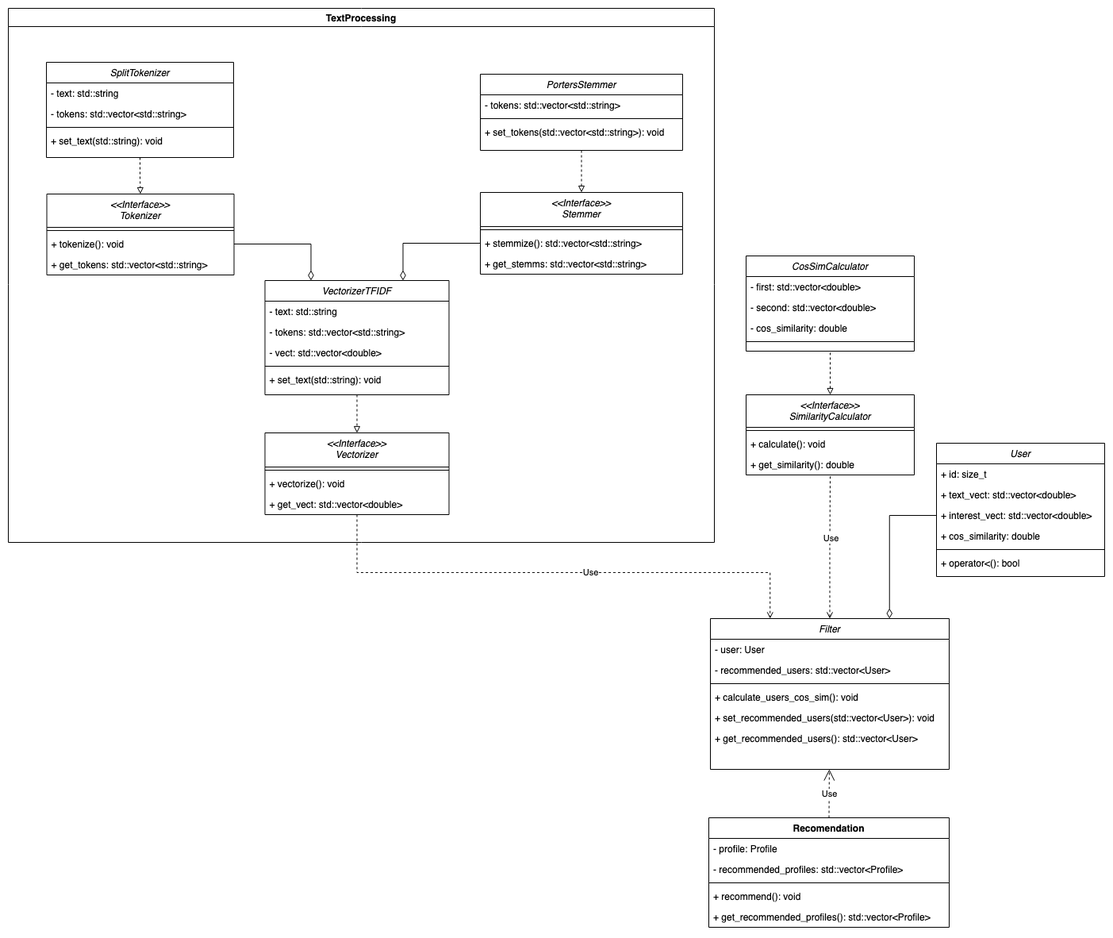
This is hw3_5/image/uml.png from Vazhid/vk_edu_cpp_projects, a draw.io export, as it was before one commit. Source tidied: cells renumbered, new cells last; positions are measured from the earlier drawing's top-left corner, leaving out a move shared by most shapes.
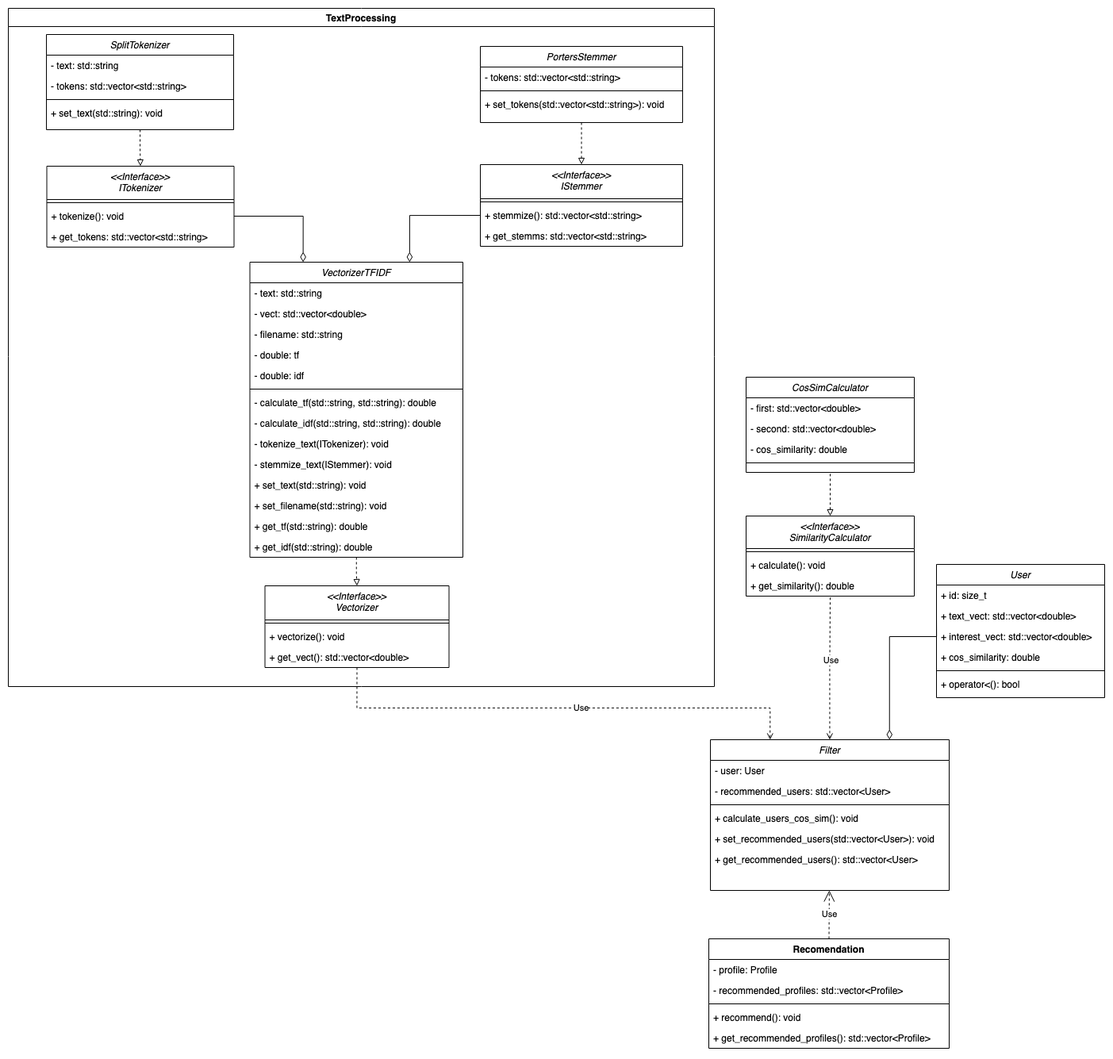
Above is the later version.

The edit, as a diff of the source:
```diff
@@ -4,3 +4,3 @@
     <mxCell id="1" parent="0" />
-    <mxCell id="2" value="User" style="swimlane;fontStyle=2;align=center;verticalAlign=top;horizontal=1;startSize=26;rounded=0;shadow=0;strokeWidth=1;strokeColor=default;" parent="1" vertex="1">
+    <mxCell id="2" value="User" style="swimlane;fontStyle=2;align=center;verticalAlign=top;horizontal=1;startSize=26;rounded=0;shadow=0;strokeWidth=1;" parent="1" vertex="1">
       <mxGeometry x="1170" y="548" width="212" height="168" as="geometry" />
@@ -25,3 +25,3 @@
     </mxCell>
-    <mxCell id="9" value="CosSimCalculator" style="swimlane;fontStyle=2;align=center;verticalAlign=top;horizontal=1;startSize=26;rounded=0;shadow=0;strokeWidth=1;strokeColor=default;" parent="1" vertex="1">
+    <mxCell id="9" value="CosSimCalculator" style="swimlane;fontStyle=2;align=center;verticalAlign=top;horizontal=1;startSize=26;rounded=0;shadow=0;strokeWidth=1;" parent="1" vertex="1">
       <mxGeometry x="930" y="312" width="212" height="120" as="geometry" />
@@ -40,9 +40,9 @@
     </mxCell>
-    <mxCell id="14" style="edgeStyle=orthogonalEdgeStyle;rounded=0;jettySize=auto;html=1;entryX=0.5;entryY=1;entryDx=0;entryDy=0;dashed=1;endArrow=none;endFill=0;startArrow=open;startFill=0;strokeColor=default;" parent="1" edge="1" source="16" target="67">
+    <mxCell id="14" style="edgeStyle=orthogonalEdgeStyle;rounded=0;jettySize=auto;html=1;entryX=0.5;entryY=1;entryDx=0;entryDy=0;dashed=1;endArrow=none;endFill=0;startArrow=open;startFill=0;" parent="1" edge="1" source="16" target="67">
       <mxGeometry relative="1" as="geometry" />
     </mxCell>
-    <mxCell id="15" value="Use" style="edgeLabel;html=1;align=center;verticalAlign=middle;" parent="14" vertex="1">
-      <mxGeometry x="0.12" relative="1" as="geometry" />
-    </mxCell>
+    <mxCell id="71" value="Use" style="edgeLabel;html=1;align=center;verticalAlign=middle;" parent="14" vertex="1">
+      <mxGeometry x="0.12" relative="1" as="geometry" />
+    </mxCell>
-    <mxCell id="16" value="Filter" style="swimlane;fontStyle=2;align=center;verticalAlign=top;horizontal=1;startSize=26;rounded=0;shadow=0;strokeWidth=1;strokeColor=default;" parent="1" vertex="1">
+    <mxCell id="16" value="Filter" style="swimlane;fontStyle=2;align=center;verticalAlign=top;horizontal=1;startSize=26;rounded=0;shadow=0;strokeWidth=1;" parent="1" vertex="1">
       <mxGeometry x="885" y="769" width="301" height="190" as="geometry" />
@@ -67,3 +67,3 @@
     </mxCell>
-    <mxCell id="23" style="edgeStyle=orthogonalEdgeStyle;rounded=0;jettySize=auto;html=1;entryX=0.75;entryY=0;entryDx=0;entryDy=0;endArrow=diamondThin;endFill=0;endSize=10;exitX=0;exitY=0.5;exitDx=0;exitDy=0;strokeColor=default;" parent="1" edge="1" source="4" target="16">
+    <mxCell id="23" style="edgeStyle=orthogonalEdgeStyle;rounded=0;jettySize=auto;html=1;entryX=0.75;entryY=0;entryDx=0;entryDy=0;endArrow=diamondThin;endFill=0;endSize=10;exitX=0;exitY=0.5;exitDx=0;exitDy=0;" parent="1" edge="1" source="4" target="16">
       <mxGeometry relative="1" as="geometry">
@@ -74,6 +74,6 @@
     </mxCell>
-    <mxCell id="24" value="Use" style="endArrow=open;endSize=12;dashed=1;html=1;rounded=0;exitX=0.5;exitY=0;exitDx=0;exitDy=0;strokeColor=default;" parent="1" edge="1" source="25" target="16">
+    <mxCell id="24" value="Use" style="endArrow=open;endSize=12;dashed=1;html=1;rounded=0;exitX=0.5;exitY=0;exitDx=0;exitDy=0;" parent="1" edge="1" source="25" target="16">
       <mxGeometry relative="1" as="geometry" />
     </mxCell>
-    <mxCell id="25" value="Recomendation" style="swimlane;fontStyle=1;align=center;verticalAlign=top;horizontal=1;startSize=26;whiteSpace=wrap;html=1;strokeColor=default;" parent="1" vertex="1">
+    <mxCell id="25" value="Recomendation" style="swimlane;fontStyle=1;align=center;verticalAlign=top;horizontal=1;startSize=26;whiteSpace=wrap;html=1;" parent="1" vertex="1">
       <mxGeometry x="883" y="1020" width="303" height="138" as="geometry" />
@@ -95,7 +95,7 @@
     </mxCell>
-    <mxCell id="31" value="TextProcessing" style="swimlane;strokeColor=default;" parent="1" vertex="1">
-      <mxGeometry width="890" height="673" as="geometry" />
+    <mxCell id="31" value="TextProcessing" style="swimlane;" parent="1" vertex="1">
+      <mxGeometry y="-153" width="890" height="855" as="geometry" />
     </mxCell>
     <mxCell id="32" value="SplitTokenizer" style="swimlane;fontStyle=2;align=center;verticalAlign=top;horizontal=1;startSize=26;rounded=0;shadow=0;strokeWidth=1;" parent="31" vertex="1">
-      <mxGeometry x="48" y="68" width="236" height="120" as="geometry" />
+      <mxGeometry x="48" y="33" width="236" height="120" as="geometry" />
     </mxCell>
@@ -114,3 +114,3 @@
     <mxCell id="37" value="PortersStemmer" style="swimlane;fontStyle=2;align=center;verticalAlign=top;horizontal=1;startSize=26;rounded=0;shadow=0;strokeWidth=1;" parent="31" vertex="1">
-      <mxGeometry x="595" y="83" width="255" height="96" as="geometry" />
+      <mxGeometry x="595" y="48" width="255" height="96" as="geometry" />
     </mxCell>
@@ -126,19 +126,46 @@
     <mxCell id="41" value="VectorizerTFIDF" style="swimlane;fontStyle=2;align=center;verticalAlign=top;horizontal=1;startSize=26;rounded=0;shadow=0;strokeWidth=1;" parent="31" vertex="1">
-      <mxGeometry x="323.5" y="343" width="232" height="144" as="geometry" />
+      <mxGeometry x="304.5" y="320" width="268.5" height="372" as="geometry" />
     </mxCell>
     <mxCell id="42" value="- text: std::string" style="text;align=left;verticalAlign=top;spacingLeft=4;spacingRight=4;overflow=hidden;" parent="41" vertex="1">
-      <mxGeometry y="26" width="232" height="26" as="geometry" />
+      <mxGeometry y="26" width="268.5" height="26" as="geometry" />
     </mxCell>
-    <mxCell id="43" value="- tokens: std::vector&lt;std::string&gt;" style="text;align=left;verticalAlign=top;spacingLeft=4;spacingRight=4;overflow=hidden;" parent="41" vertex="1">
-      <mxGeometry y="52" width="232" height="26" as="geometry" />
-    </mxCell>
     <mxCell id="44" value="- vect: std::vector&lt;double&gt;" style="text;align=left;verticalAlign=top;spacingLeft=4;spacingRight=4;overflow=hidden;" parent="41" vertex="1">
-      <mxGeometry y="78" width="232" height="26" as="geometry" />
+      <mxGeometry y="52" width="268.5" height="26" as="geometry" />
     </mxCell>
-    <mxCell id="45" style="line;html=1;strokeWidth=1;align=left;verticalAlign=middle;spacingTop=-1;spacingLeft=3;spacingRight=3;labelPosition=right;" parent="41" vertex="1">
-      <mxGeometry y="104" width="232" height="8" as="geometry" />
-    </mxCell>
+    <mxCell id="72" value="- filename: std::string" style="text;align=left;verticalAlign=top;spacingLeft=4;spacingRight=4;overflow=hidden;" parent="41" vertex="1">
+      <mxGeometry y="78" width="268.5" height="26" as="geometry" />
+    </mxCell>
+    <mxCell id="73" value="- double: tf" style="text;align=left;verticalAlign=top;spacingLeft=4;spacingRight=4;overflow=hidden;" parent="41" vertex="1">
+      <mxGeometry y="104" width="268.5" height="26" as="geometry" />
+    </mxCell>
+    <mxCell id="74" value="- double: idf" style="text;align=left;verticalAlign=top;spacingLeft=4;spacingRight=4;overflow=hidden;" parent="41" vertex="1">
+      <mxGeometry y="130" width="268.5" height="26" as="geometry" />
+    </mxCell>
+    <mxCell id="75" style="line;html=1;strokeWidth=1;align=left;verticalAlign=middle;spacingTop=-1;spacingLeft=3;spacingRight=3;labelPosition=right;" parent="41" vertex="1">
+      <mxGeometry y="156" width="268.5" height="8" as="geometry" />
+    </mxCell>
+    <mxCell id="76" value="- calculate_tf(std::string, std::string): double" style="text;align=left;verticalAlign=top;spacingLeft=4;spacingRight=4;overflow=hidden;" parent="41" vertex="1">
+      <mxGeometry y="164" width="268.5" height="26" as="geometry" />
+    </mxCell>
+    <mxCell id="77" value="- calculate_idf(std::string, std::string): double" style="text;align=left;verticalAlign=top;spacingLeft=4;spacingRight=4;overflow=hidden;" parent="41" vertex="1">
+      <mxGeometry y="190" width="268.5" height="26" as="geometry" />
+    </mxCell>
+    <mxCell id="78" value="- tokenize_text(ITokenizer): void" style="text;align=left;verticalAlign=top;spacingLeft=4;spacingRight=4;overflow=hidden;" parent="41" vertex="1">
+      <mxGeometry y="216" width="268.5" height="26" as="geometry" />
+    </mxCell>
+    <mxCell id="79" value="- stemmize_text(IStemmer): void" style="text;align=left;verticalAlign=top;spacingLeft=4;spacingRight=4;overflow=hidden;" parent="41" vertex="1">
+      <mxGeometry y="242" width="268.5" height="26" as="geometry" />
+    </mxCell>
     <mxCell id="46" value="+ set_text(std::string): void" style="text;align=left;verticalAlign=top;spacingLeft=4;spacingRight=4;overflow=hidden;" parent="41" vertex="1">
-      <mxGeometry y="112" width="232" height="26" as="geometry" />
+      <mxGeometry y="268" width="268.5" height="26" as="geometry" />
     </mxCell>
+    <mxCell id="80" value="+ set_filename(std::string): void" style="text;align=left;verticalAlign=top;spacingLeft=4;spacingRight=4;overflow=hidden;" parent="41" vertex="1">
+      <mxGeometry y="294" width="268.5" height="26" as="geometry" />
+    </mxCell>
+    <mxCell id="81" value="+ get_tf(std::string): double " style="text;align=left;verticalAlign=top;spacingLeft=4;spacingRight=4;overflow=hidden;" parent="41" vertex="1">
+      <mxGeometry y="320" width="268.5" height="26" as="geometry" />
+    </mxCell>
+    <mxCell id="82" value="+ get_idf(std::string): double " style="text;align=left;verticalAlign=top;spacingLeft=4;spacingRight=4;overflow=hidden;" parent="41" vertex="1">
+      <mxGeometry y="346" width="268.5" height="26" as="geometry" />
+    </mxCell>
     <mxCell id="47" style="edgeStyle=orthogonalEdgeStyle;rounded=0;jettySize=auto;html=1;entryX=0.25;entryY=0;entryDx=0;entryDy=0;endArrow=diamondThin;endFill=0;endSize=10;exitX=1;exitY=0.5;exitDx=0;exitDy=0;" parent="31" edge="1" source="56" target="41">
@@ -149,3 +176,3 @@
         <Array as="points">
-          <mxPoint x="498" y="296" />
+          <mxPoint x="506" y="261" />
         </Array>
@@ -154,3 +181,3 @@
     <mxCell id="49" value="&lt;&lt;Interface&gt;&gt;&#10;Vectorizer" style="swimlane;fontStyle=2;align=center;verticalAlign=top;horizontal=1;startSize=43;rounded=0;shadow=0;strokeWidth=1;" parent="31" vertex="1">
-      <mxGeometry x="323.5" y="535" width="232" height="103" as="geometry" />
+      <mxGeometry x="323.5" y="728" width="232" height="103" as="geometry" />
     </mxCell>
@@ -162,5 +189,5 @@
     </mxCell>
-    <mxCell id="52" value="+ get_vect: std::vector&lt;double&gt; " style="text;align=left;verticalAlign=top;spacingLeft=4;spacingRight=4;overflow=hidden;" parent="49" vertex="1">
-      <mxGeometry y="77" width="232" height="26" as="geometry" />
-    </mxCell>
+    <mxCell id="83" value="+ get_vect(): std::vector&lt;double&gt; " style="text;align=left;verticalAlign=top;spacingLeft=4;spacingRight=4;overflow=hidden;" parent="49" vertex="1">
+      <mxGeometry y="77" width="232" height="26" as="geometry" />
+    </mxCell>
     <mxCell id="53" style="edgeStyle=orthogonalEdgeStyle;rounded=0;jettySize=auto;html=1;entryX=0.5;entryY=0;entryDx=0;entryDy=0;endArrow=block;endFill=0;dashed=1;" parent="31" edge="1" source="41" target="49">
@@ -168,37 +195,37 @@
     </mxCell>
-    <mxCell id="54" value="&lt;&lt;Interface&gt;&gt;&#10;Tokenizer" style="swimlane;fontStyle=2;align=center;verticalAlign=top;horizontal=1;startSize=42;rounded=0;shadow=0;strokeWidth=1;" parent="31" vertex="1">
-      <mxGeometry x="48.5" y="234" width="236" height="102" as="geometry" />
-    </mxCell>
+    <mxCell id="84" value="&lt;&lt;Interface&gt;&gt;&#10;ITokenizer" style="swimlane;fontStyle=2;align=center;verticalAlign=top;horizontal=1;startSize=42;rounded=0;shadow=0;strokeWidth=1;" parent="31" vertex="1">
+      <mxGeometry x="48.5" y="199" width="236" height="102" as="geometry" />
+    </mxCell>
-    <mxCell id="55" style="line;html=1;strokeWidth=1;align=left;verticalAlign=middle;spacingTop=-1;spacingLeft=3;spacingRight=3;labelPosition=right;" parent="54" vertex="1">
+    <mxCell id="55" style="line;html=1;strokeWidth=1;align=left;verticalAlign=middle;spacingTop=-1;spacingLeft=3;spacingRight=3;labelPosition=right;" parent="84" vertex="1">
       <mxGeometry y="42" width="236" height="8" as="geometry" />
     </mxCell>
-    <mxCell id="56" value="+ tokenize(): void &#10;" style="text;align=left;verticalAlign=top;spacingLeft=4;spacingRight=4;overflow=hidden;points=[[0,0.5],[1,0.5]];portConstraint=eastwest;" parent="54" vertex="1">
+    <mxCell id="56" value="+ tokenize(): void &#10;" style="text;align=left;verticalAlign=top;spacingLeft=4;spacingRight=4;overflow=hidden;points=[[0,0.5],[1,0.5]];portConstraint=eastwest;" parent="84" vertex="1">
       <mxGeometry y="50" width="236" height="26" as="geometry" />
     </mxCell>
-    <mxCell id="57" value="+ get_tokens: std::vector&lt;std::string&gt; " style="text;align=left;verticalAlign=top;spacingLeft=4;spacingRight=4;overflow=hidden;" parent="54" vertex="1">
+    <mxCell id="57" value="+ get_tokens: std::vector&lt;std::string&gt; " style="text;align=left;verticalAlign=top;spacingLeft=4;spacingRight=4;overflow=hidden;" parent="84" vertex="1">
       <mxGeometry y="76" width="236" height="26" as="geometry" />
     </mxCell>
-    <mxCell id="58" style="edgeStyle=orthogonalEdgeStyle;rounded=0;jettySize=auto;html=1;entryX=0.5;entryY=0;entryDx=0;entryDy=0;endArrow=block;endFill=0;dashed=1;" parent="31" edge="1" source="32" target="54">
-      <mxGeometry relative="1" as="geometry" />
-    </mxCell>
-    <mxCell id="59" value="&lt;&lt;Interface&gt;&gt;&#10;Stemmer" style="swimlane;fontStyle=2;align=center;verticalAlign=top;horizontal=1;startSize=43;rounded=0;shadow=0;strokeWidth=1;" parent="31" vertex="1">
-      <mxGeometry x="595" y="232" width="255" height="103" as="geometry" />
-    </mxCell>
+    <mxCell id="85" style="edgeStyle=orthogonalEdgeStyle;rounded=0;jettySize=auto;html=1;entryX=0.5;entryY=0;entryDx=0;entryDy=0;endArrow=block;endFill=0;dashed=1;" parent="31" edge="1" source="32" target="84">
+      <mxGeometry relative="1" as="geometry" />
+    </mxCell>
+    <mxCell id="86" value="&lt;&lt;Interface&gt;&gt;&#10;IStemmer" style="swimlane;fontStyle=2;align=center;verticalAlign=top;horizontal=1;startSize=43;rounded=0;shadow=0;strokeWidth=1;" parent="31" vertex="1">
+      <mxGeometry x="595" y="197" width="255" height="103" as="geometry" />
+    </mxCell>
-    <mxCell id="60" style="line;html=1;strokeWidth=1;align=left;verticalAlign=middle;spacingTop=-1;spacingLeft=3;spacingRight=3;labelPosition=right;" parent="59" vertex="1">
+    <mxCell id="60" style="line;html=1;strokeWidth=1;align=left;verticalAlign=middle;spacingTop=-1;spacingLeft=3;spacingRight=3;labelPosition=right;" parent="86" vertex="1">
       <mxGeometry y="43" width="255" height="8" as="geometry" />
     </mxCell>
-    <mxCell id="61" value="+ stemmize(): std::vector&lt;std::string&gt;" style="text;align=left;verticalAlign=top;spacingLeft=4;spacingRight=4;overflow=hidden;points=[[0,0.5],[1,0.5]];portConstraint=eastwest;" parent="59" vertex="1">
+    <mxCell id="61" value="+ stemmize(): std::vector&lt;std::string&gt;" style="text;align=left;verticalAlign=top;spacingLeft=4;spacingRight=4;overflow=hidden;points=[[0,0.5],[1,0.5]];portConstraint=eastwest;" parent="86" vertex="1">
       <mxGeometry y="51" width="255" height="26" as="geometry" />
     </mxCell>
-    <mxCell id="62" value="+ get_stemms: std::vector&lt;std::string&gt; " style="text;align=left;verticalAlign=top;spacingLeft=4;spacingRight=4;overflow=hidden;" parent="59" vertex="1">
+    <mxCell id="62" value="+ get_stemms: std::vector&lt;std::string&gt; " style="text;align=left;verticalAlign=top;spacingLeft=4;spacingRight=4;overflow=hidden;" parent="86" vertex="1">
       <mxGeometry y="77" width="255" height="26" as="geometry" />
     </mxCell>
-    <mxCell id="63" style="edgeStyle=orthogonalEdgeStyle;rounded=0;jettySize=auto;html=1;entryX=0.5;entryY=0;entryDx=0;entryDy=0;endArrow=block;endFill=0;dashed=1;" parent="31" edge="1" source="37" target="59">
-      <mxGeometry relative="1" as="geometry" />
-    </mxCell>
+    <mxCell id="87" style="edgeStyle=orthogonalEdgeStyle;rounded=0;jettySize=auto;html=1;entryX=0.5;entryY=0;entryDx=0;entryDy=0;endArrow=block;endFill=0;dashed=1;" parent="31" edge="1" source="37" target="86">
+      <mxGeometry relative="1" as="geometry" />
+    </mxCell>
-    <mxCell id="64" style="edgeStyle=orthogonalEdgeStyle;rounded=0;jettySize=auto;html=1;entryX=0.25;entryY=0;entryDx=0;entryDy=0;dashed=1;endArrow=open;endFill=0;exitX=0.5;exitY=1;exitDx=0;exitDy=0;strokeColor=default;" parent="1" edge="1" source="49" target="16">
+    <mxCell id="64" style="edgeStyle=orthogonalEdgeStyle;rounded=0;jettySize=auto;html=1;entryX=0.25;entryY=0;entryDx=0;entryDy=0;dashed=1;endArrow=open;endFill=0;exitX=0.5;exitY=1;exitDx=0;exitDy=0;" parent="1" edge="1" source="49" target="16">
       <mxGeometry relative="1" as="geometry">
         <Array as="points">
-          <mxPoint x="440" y="711" />
-          <mxPoint x="960" y="711" />
+          <mxPoint x="439" y="729" />
+          <mxPoint x="960" y="729" />
         </Array>
@@ -206,11 +233,11 @@
     </mxCell>
-    <mxCell id="65" value="Use" style="edgeLabel;html=1;align=center;verticalAlign=middle;" parent="64" vertex="1">
-      <mxGeometry x="0.68" y="-3" relative="1" as="geometry">
-        <mxPoint x="-181" y="-4" as="offset" />
-      </mxGeometry>
-    </mxCell>
+    <mxCell id="88" value="Use" style="edgeLabel;html=1;align=center;verticalAlign=middle;" parent="64" vertex="1">
+      <mxGeometry x="0.68" y="-3" relative="1" as="geometry">
+        <mxPoint x="-181" y="-4" as="offset" />
+      </mxGeometry>
+    </mxCell>
-    <mxCell id="66" style="edgeStyle=orthogonalEdgeStyle;rounded=0;jettySize=auto;html=1;entryX=0.5;entryY=1;entryDx=0;entryDy=0;endArrow=none;endFill=0;startArrow=block;startFill=0;dashed=1;strokeColor=default;" parent="1" edge="1" source="67" target="9">
+    <mxCell id="66" style="edgeStyle=orthogonalEdgeStyle;rounded=0;jettySize=auto;html=1;entryX=0.5;entryY=1;entryDx=0;entryDy=0;endArrow=none;endFill=0;startArrow=block;startFill=0;dashed=1;" parent="1" edge="1" source="67" target="9">
       <mxGeometry relative="1" as="geometry" />
     </mxCell>
-    <mxCell id="67" value="&lt;&lt;Interface&gt;&gt;&#10;SimilarityCalculator" style="swimlane;fontStyle=2;align=center;verticalAlign=top;horizontal=1;startSize=41;rounded=0;shadow=0;strokeWidth=1;strokeColor=default;" parent="1" vertex="1">
+    <mxCell id="67" value="&lt;&lt;Interface&gt;&gt;&#10;SimilarityCalculator" style="swimlane;fontStyle=2;align=center;verticalAlign=top;horizontal=1;startSize=41;rounded=0;shadow=0;strokeWidth=1;" parent="1" vertex="1">
       <mxGeometry x="930" y="487" width="212" height="101" as="geometry" />
```
